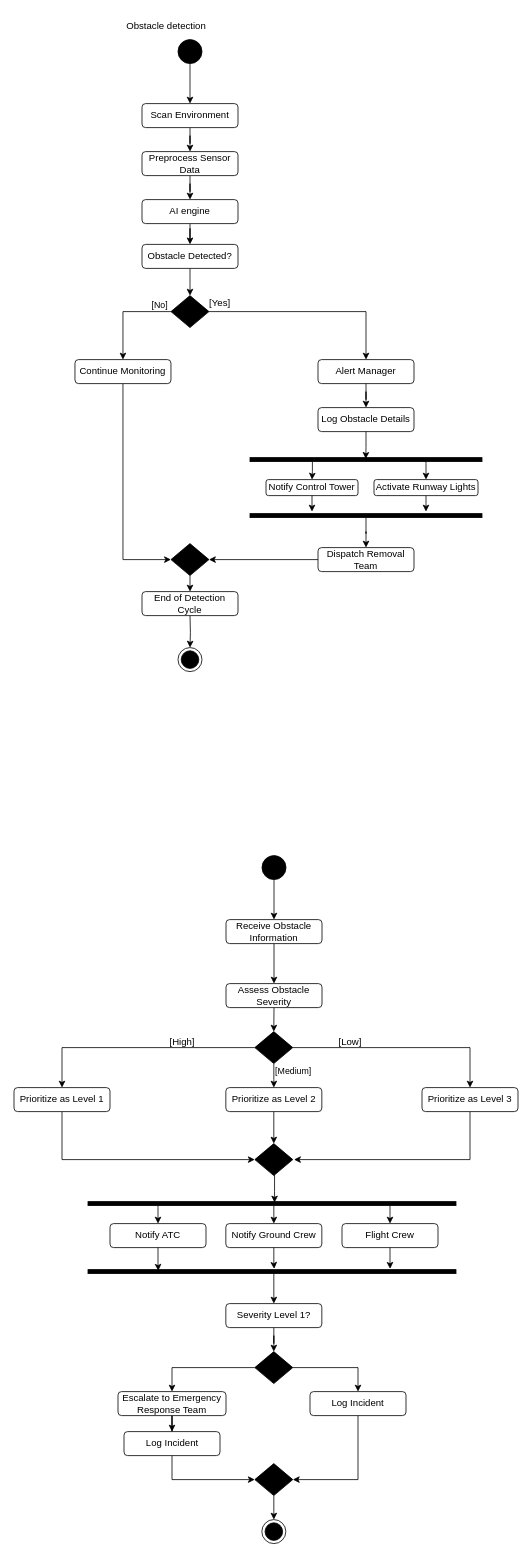
Earlier version of the draw.io diagram activity_diag.drawio (varuneranki/MBSE). Source tidied: cells renumbered, new cells numbered last; positions are measured from the earlier drawing's top-left corner, leaving out a move shared by most shapes. Both pictures are drawn from the tidied source at 80%, with x=0, y=0 at pixel (14, 14).
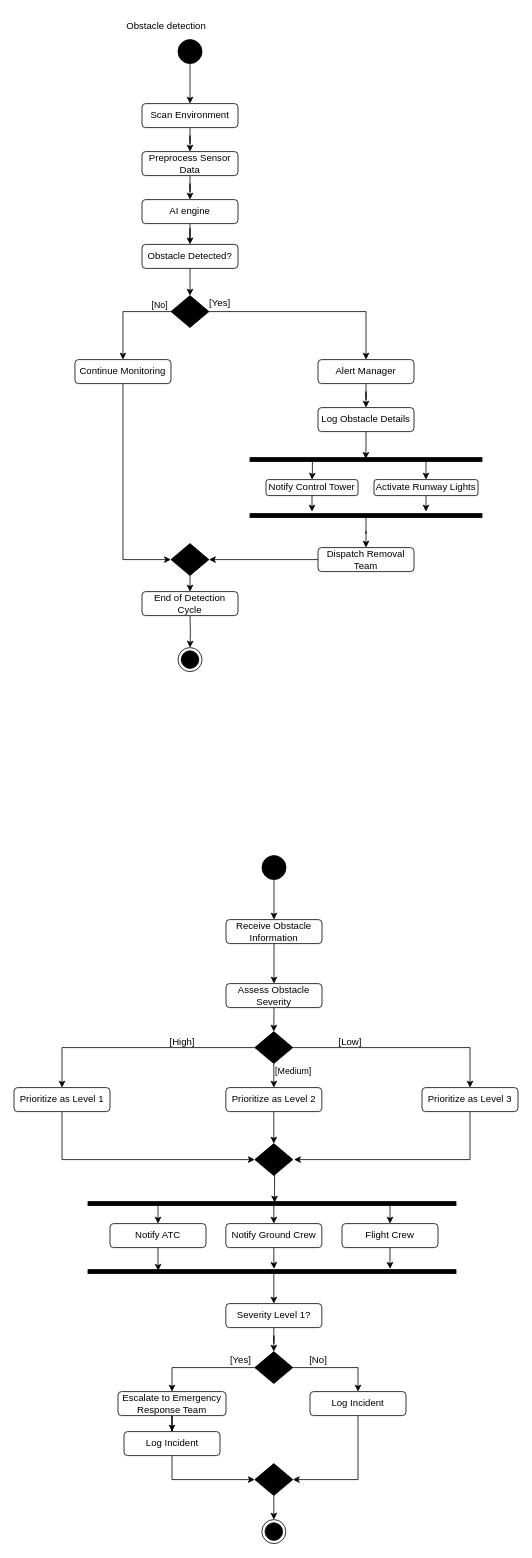
Above is the later version.

Change to the diagram source:
```diff
@@
+    <mxCell id="87" value="[No]" style="text;html=1;align=center;verticalAlign=middle;strokeColor=none;fillColor=none;" parent="1" vertex="1">
+      <mxGeometry x="355" y="1668" width="50" height="30" as="geometry" />
+    </mxCell>
+    <mxCell id="88" value="[Yes]" style="text;html=1;align=center;verticalAlign=middle;strokeColor=none;fillColor=none;" parent="1" vertex="1">
+      <mxGeometry x="257.5" y="1668" width="50" height="30" as="geometry" />
+    </mxCell>
```
